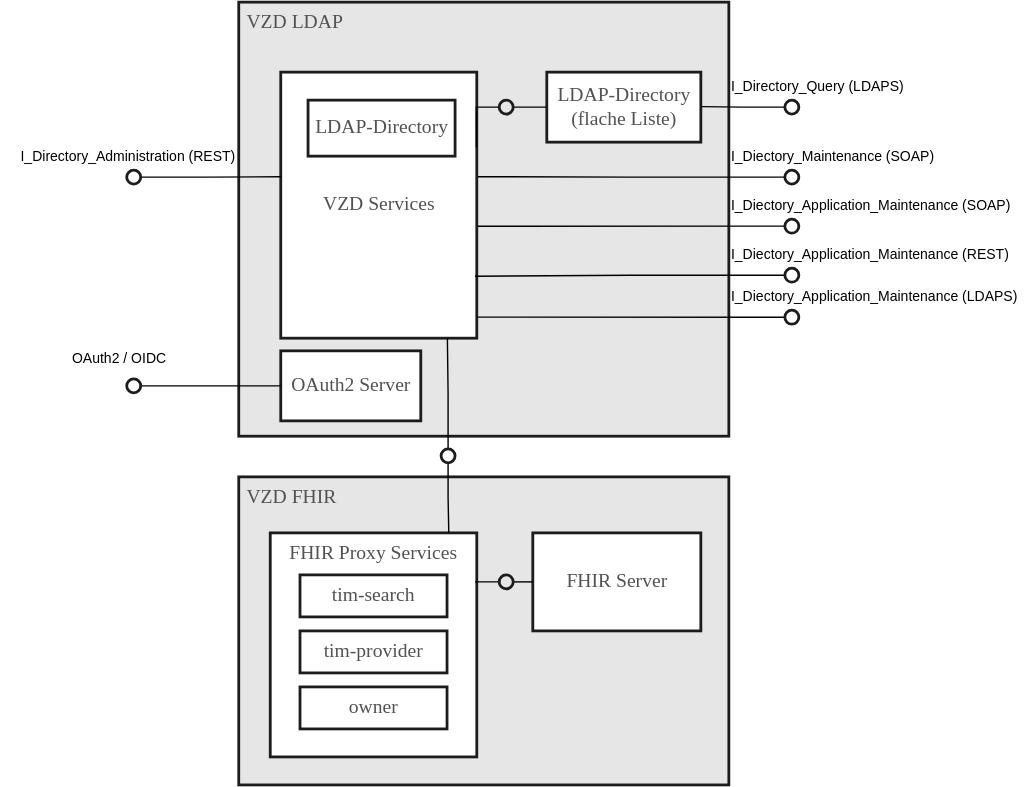
Before: images/VZD_Architektur.svg, a diagram exported from draw.io (gematik/api-vzd). Source tidied: cells renumbered, new cells last; positions are measured from the earlier drawing's top-left corner, leaving out a move shared by most shapes.
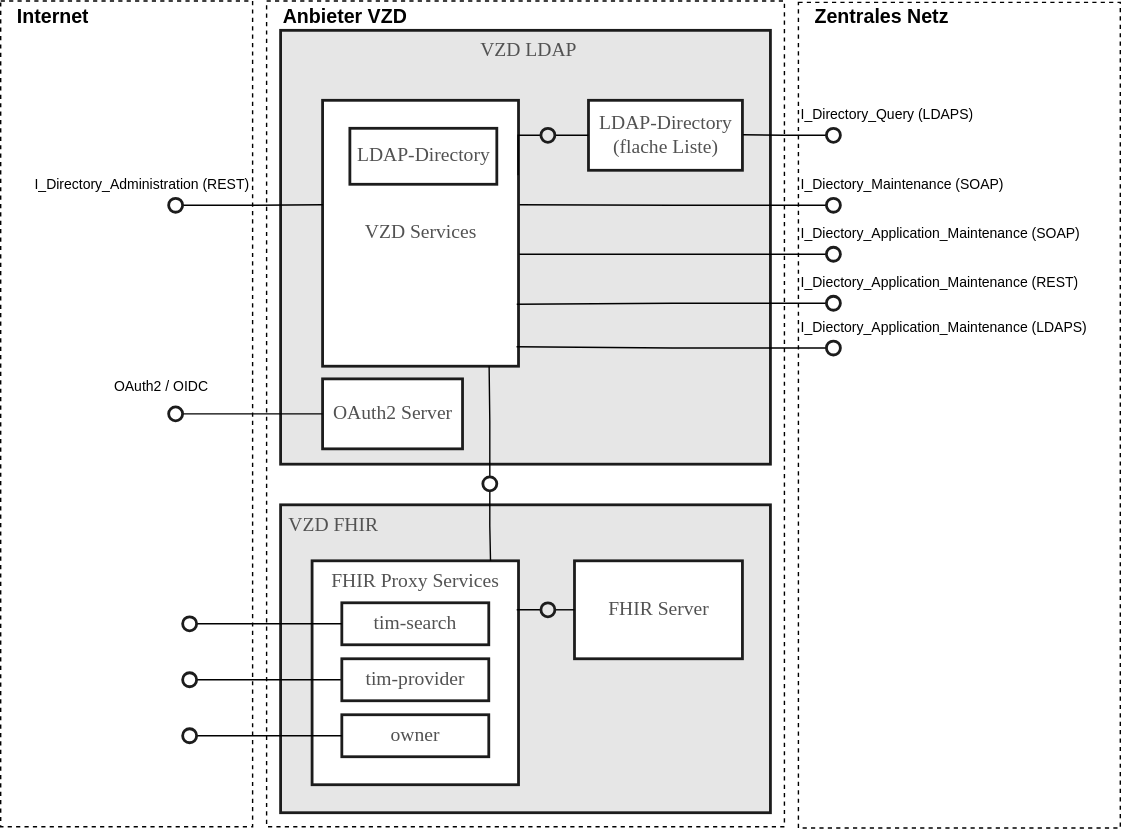
After the commit.

What changed in the source:
```diff
@@ -2,7 +2,13 @@
   <root>
     <mxCell id="0" />
     <mxCell id="1" parent="0" />
+    <mxCell id="43" style="rounded=0;whiteSpace=wrap;html=1;fillColor=none;dashed=1;" parent="1" vertex="1">
+      <mxGeometry x="-30" y="-21" width="180" height="590" as="geometry" />
+    </mxCell>
+    <mxCell id="44" style="rounded=0;whiteSpace=wrap;html=1;fillColor=none;dashed=1;" parent="1" vertex="1">
+      <mxGeometry x="160" y="-21" width="370" height="590" as="geometry" />
+    </mxCell>
-    <mxCell id="2" value="VZD LDAP" style="html=1;strokeColor=#1C1C1C;fillColor=#E6E6E6;fontFamily=Tahoma;fontSize=14;fontColor=#525252;align=left;verticalAlign=top;spacingLeft=4;strokeWidth=2;" parent="1" vertex="1">
+    <mxCell id="2" value="VZD LDAP" style="html=1;strokeColor=#1C1C1C;fillColor=#E6E6E6;fontFamily=Tahoma;fontSize=14;fontColor=#525252;align=center;verticalAlign=top;spacingLeft=4;strokeWidth=2;" parent="1" vertex="1">
       <mxGeometry x="170" width="350" height="310" as="geometry" />
     </mxCell>
     <mxCell id="3" value="VZD FHIR" style="html=1;strokeColor=#1C1C1C;fillColor=#E6E6E6;fontFamily=Tahoma;fontSize=14;fontColor=#525252;align=left;verticalAlign=top;spacingLeft=4;strokeWidth=2;" parent="1" vertex="1">
@@ -21,7 +27,7 @@
       <mxGeometry x="200" y="50" width="140" height="190" as="geometry" />
     </mxCell>
     <mxCell id="8" value="&lt;span style=&quot;font-weight: normal&quot;&gt;I_Diectory_Maintenance (SOAP)&lt;/span&gt;" style="text;html=1;strokeColor=none;fillColor=none;align=left;verticalAlign=middle;whiteSpace=wrap;overflow=hidden;fontFamily=Helvetica;fontSize=10;fontColor=#000000;fontStyle=1;" parent="1" vertex="1">
-      <mxGeometry x="520" y="100" width="170" height="20" as="geometry" />
+      <mxGeometry x="540" y="100" width="170" height="20" as="geometry" />
     </mxCell>
     <mxCell id="9" style="edgeStyle=orthogonalEdgeStyle;rounded=0;jettySize=auto;html=1;exitX=1;exitY=0.5;exitDx=0;exitDy=0;endArrow=none;endFill=0;entryX=0.002;entryY=0.393;entryDx=0;entryDy=0;entryPerimeter=0;" parent="1" edge="1" source="10" target="7">
       <mxGeometry relative="1" as="geometry" />
@@ -30,7 +36,7 @@
       <mxGeometry x="90" y="120" width="10" height="10" as="geometry" />
     </mxCell>
     <mxCell id="11" value="&lt;span style=&quot;font-weight: normal&quot;&gt;I_Directory_Administration (REST)&lt;/span&gt;" style="text;html=1;strokeColor=none;fillColor=none;align=right;verticalAlign=middle;whiteSpace=wrap;overflow=hidden;fontFamily=Helvetica;fontSize=10;fontColor=#000000;fontStyle=1;" parent="1" vertex="1">
-      <mxGeometry y="100" width="170" height="20" as="geometry" />
+      <mxGeometry x="-20" y="100" width="170" height="20" as="geometry" />
     </mxCell>
     <mxCell id="12" style="edgeStyle=orthogonalEdgeStyle;rounded=0;jettySize=auto;html=1;exitX=0;exitY=0.5;exitDx=0;exitDy=0;endArrow=none;endFill=0;entryX=1.004;entryY=0.293;entryDx=0;entryDy=0;entryPerimeter=0;" parent="1" edge="1" source="13">
       <mxGeometry relative="1" as="geometry">
@@ -41,7 +47,7 @@
       <mxGeometry x="560" y="70" width="10" height="10" as="geometry" />
     </mxCell>
     <mxCell id="14" value="&lt;span style=&quot;font-weight: normal&quot;&gt;I_Directory_Query (LDAPS)&lt;/span&gt;" style="text;html=1;strokeColor=none;fillColor=none;align=left;verticalAlign=middle;whiteSpace=wrap;overflow=hidden;fontFamily=Helvetica;fontSize=10;fontColor=#000000;fontStyle=1;" parent="1" vertex="1">
-      <mxGeometry x="520" y="50" width="170" height="20" as="geometry" />
+      <mxGeometry x="540" y="50" width="170" height="20" as="geometry" />
     </mxCell>
     <mxCell id="15" style="edgeStyle=orthogonalEdgeStyle;rounded=0;jettySize=auto;html=1;exitX=1;exitY=0.5;exitDx=0;exitDy=0;entryX=0;entryY=0.5;entryDx=0;entryDy=0;endArrow=none;endFill=0;" parent="1" edge="1" source="17" target="4">
       <mxGeometry relative="1" as="geometry" />
@@ -94,17 +100,20 @@
       <mxGeometry x="356" y="409" width="10" height="10" as="geometry" />
     </mxCell>
     <mxCell id="31" value="&lt;span style=&quot;font-weight: normal&quot;&gt;I_Diectory_Application_Maintenance (SOAP)&lt;/span&gt;" style="text;html=1;strokeColor=none;fillColor=none;align=left;verticalAlign=middle;whiteSpace=wrap;overflow=hidden;fontFamily=Helvetica;fontSize=10;fontColor=#000000;fontStyle=1;" parent="1" vertex="1">
-      <mxGeometry x="520" y="130" width="210" height="30" as="geometry" />
+      <mxGeometry x="540" y="130" width="210" height="30" as="geometry" />
     </mxCell>
     <mxCell id="32" value="&lt;span style=&quot;font-weight: normal&quot;&gt;I_Diectory_Application_Maintenance (REST)&lt;/span&gt;" style="text;html=1;strokeColor=none;fillColor=none;align=left;verticalAlign=middle;whiteSpace=wrap;overflow=hidden;fontFamily=Helvetica;fontSize=10;fontColor=#000000;fontStyle=1;" parent="1" vertex="1">
-      <mxGeometry x="520" y="165" width="210" height="30" as="geometry" />
+      <mxGeometry x="540" y="165" width="210" height="30" as="geometry" />
     </mxCell>
     <mxCell id="33" value="&lt;span style=&quot;font-weight: normal&quot;&gt;I_Diectory_Application_Maintenance (LDAPS)&lt;/span&gt;" style="text;html=1;strokeColor=none;fillColor=none;align=left;verticalAlign=middle;whiteSpace=wrap;overflow=hidden;fontFamily=Helvetica;fontSize=10;fontColor=#000000;fontStyle=1;" parent="1" vertex="1">
-      <mxGeometry x="520" y="195" width="210" height="30" as="geometry" />
+      <mxGeometry x="540" y="197" width="210" height="30" as="geometry" />
     </mxCell>
     <mxCell id="34" value="tim-search" style="html=1;strokeColor=#1C1C1C;fillColor=#ffffff;fontFamily=Tahoma;fontSize=14;fontColor=#525252;align=center;strokeWidth=2;" parent="1" vertex="1">
       <mxGeometry x="213.8" y="409" width="105" height="30" as="geometry" />
     </mxCell>
+    <mxCell id="45" style="edgeStyle=orthogonalEdgeStyle;rounded=0;jettySize=auto;html=1;exitX=0;exitY=0.5;exitDx=0;exitDy=0;entryX=1;entryY=0.5;entryDx=0;entryDy=0;endArrow=none;endFill=0;" parent="1" edge="1" source="35" target="46">
+      <mxGeometry relative="1" as="geometry" />
+    </mxCell>
     <mxCell id="35" value="tim-provider" style="html=1;strokeColor=#1C1C1C;fillColor=#ffffff;fontFamily=Tahoma;fontSize=14;fontColor=#525252;align=center;strokeWidth=2;" parent="1" vertex="1">
       <mxGeometry x="213.8" y="449" width="105" height="30" as="geometry" />
     </mxCell>
@@ -123,11 +132,38 @@
     <mxCell id="40" style="ellipse;whiteSpace=wrap;html=1;strokeColor=#1C1C1C;fillColor=none;fontFamily=Tahoma;fontSize=14;fontColor=#525252;align=center;strokeWidth=2;" parent="1" vertex="1">
       <mxGeometry x="560" y="190" width="10" height="10" as="geometry" />
     </mxCell>
-    <mxCell id="41" style="edgeStyle=orthogonalEdgeStyle;rounded=0;jettySize=auto;html=1;exitX=0;exitY=0.5;exitDx=0;exitDy=0;entryX=0.998;entryY=0.921;entryDx=0;entryDy=0;entryPerimeter=0;endArrow=none;endFill=0;" parent="1" edge="1" source="42" target="7">
+    <mxCell id="41" style="edgeStyle=orthogonalEdgeStyle;rounded=0;jettySize=auto;html=1;exitX=0;exitY=0.5;exitDx=0;exitDy=0;endArrow=none;endFill=0;entryX=0.99;entryY=0.927;entryDx=0;entryDy=0;entryPerimeter=0;" parent="1" edge="1" source="42" target="7">
       <mxGeometry relative="1" as="geometry" />
     </mxCell>
     <mxCell id="42" style="ellipse;whiteSpace=wrap;html=1;strokeColor=#1C1C1C;fillColor=none;fontFamily=Tahoma;fontSize=14;fontColor=#525252;align=center;strokeWidth=2;" parent="1" vertex="1">
-      <mxGeometry x="560" y="220" width="10" height="10" as="geometry" />
+      <mxGeometry x="560" y="222" width="10" height="10" as="geometry" />
     </mxCell>
+    <mxCell id="46" style="ellipse;whiteSpace=wrap;html=1;strokeColor=#1C1C1C;fillColor=none;fontFamily=Tahoma;fontSize=14;fontColor=#525252;align=center;strokeWidth=2;" parent="1" vertex="1">
+      <mxGeometry x="100" y="459" width="10" height="10" as="geometry" />
+    </mxCell>
+    <mxCell id="47" style="edgeStyle=orthogonalEdgeStyle;rounded=0;jettySize=auto;html=1;exitX=1;exitY=0.5;exitDx=0;exitDy=0;entryX=0;entryY=0.5;entryDx=0;entryDy=0;endArrow=none;endFill=0;" parent="1" edge="1" source="48" target="36">
+      <mxGeometry relative="1" as="geometry" />
+    </mxCell>
+    <mxCell id="48" style="ellipse;whiteSpace=wrap;html=1;strokeColor=#1C1C1C;fillColor=none;fontFamily=Tahoma;fontSize=14;fontColor=#525252;align=center;strokeWidth=2;" parent="1" vertex="1">
+      <mxGeometry x="100" y="499" width="10" height="10" as="geometry" />
+    </mxCell>
+    <mxCell id="49" style="edgeStyle=orthogonalEdgeStyle;rounded=0;jettySize=auto;html=1;exitX=1;exitY=0.5;exitDx=0;exitDy=0;entryX=0;entryY=0.5;entryDx=0;entryDy=0;endArrow=none;endFill=0;" parent="1" edge="1" source="50" target="34">
+      <mxGeometry relative="1" as="geometry" />
+    </mxCell>
+    <mxCell id="50" style="ellipse;whiteSpace=wrap;html=1;strokeColor=#1C1C1C;fillColor=none;fontFamily=Tahoma;fontSize=14;fontColor=#525252;align=center;strokeWidth=2;" parent="1" vertex="1">
+      <mxGeometry x="100" y="419" width="10" height="10" as="geometry" />
+    </mxCell>
+    <mxCell id="51" value="Anbieter VZD" style="text;html=1;strokeColor=none;fillColor=none;align=left;verticalAlign=middle;whiteSpace=wrap;overflow=hidden;fontFamily=Helvetica;fontSize=14;fontColor=#000000;fontStyle=1;" parent="1" vertex="1">
+      <mxGeometry x="170" y="-21" width="120" height="20" as="geometry" />
+    </mxCell>
+    <mxCell id="52" style="rounded=0;whiteSpace=wrap;html=1;fillColor=none;dashed=1;" parent="1" vertex="1">
+      <mxGeometry x="540" y="-20" width="230" height="590" as="geometry" />
+    </mxCell>
+    <mxCell id="53" value="Internet" style="text;html=1;strokeColor=none;fillColor=none;align=left;verticalAlign=middle;whiteSpace=wrap;overflow=hidden;fontFamily=Helvetica;fontSize=14;fontColor=#000000;fontStyle=1;" parent="1" vertex="1">
+      <mxGeometry x="-20" y="-21" width="120" height="20" as="geometry" />
+    </mxCell>
+    <mxCell id="54" value="Zentrales Netz" style="text;html=1;strokeColor=none;fillColor=none;align=left;verticalAlign=middle;whiteSpace=wrap;overflow=hidden;fontFamily=Helvetica;fontSize=14;fontColor=#000000;fontStyle=1;" parent="1" vertex="1">
+      <mxGeometry x="550" y="-21" width="120" height="20" as="geometry" />
+    </mxCell>
   </root>
 </mxGraphModel>
```
